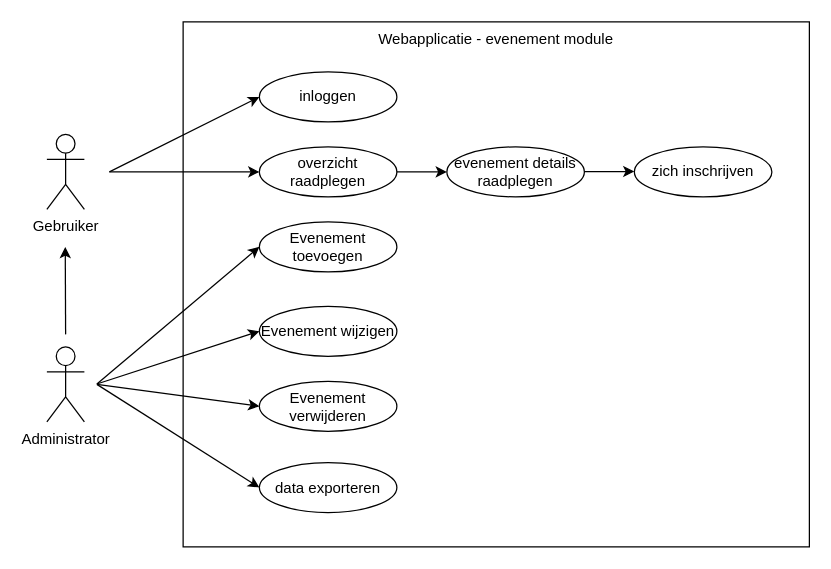
Earlier version of the draw.io diagram Analyse/usecase_evenement.drawio (DDaems/startspeler). Source tidied: cells renumbered, new cells numbered last; positions are measured from the earlier drawing's top-left corner, leaving out a move shared by most shapes. Both pictures are drawn from the tidied source at 125%, with x=0, y=0 at pixel (46, 21).
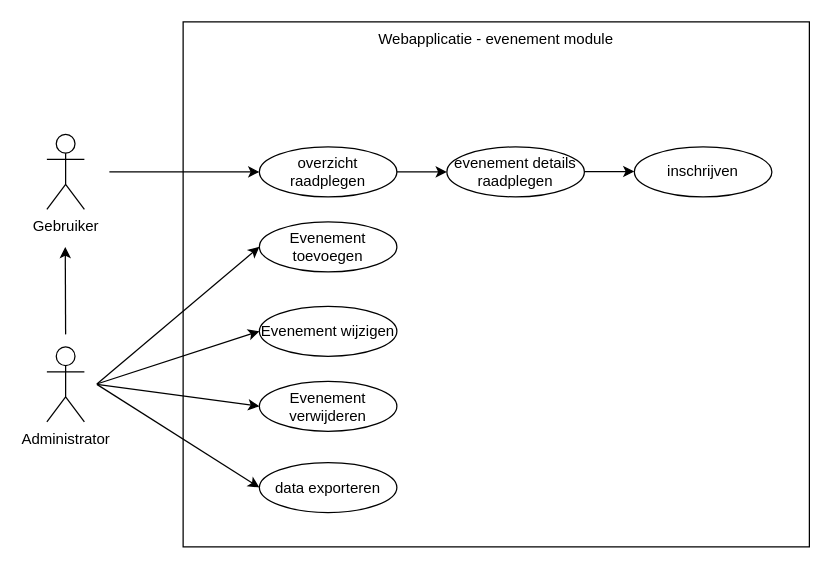
The same diagram, later.

Commit message (it also covers changes not shown here):
Update evenement module

use case beschrijvingen zijn voluit geschreven.
Aanpassing "inloggen" in het usecase diagram.

The edit, as a diff of the source:
```diff
@@
-    <mxCell id="8" value="zich inschrijven" style="ellipse;whiteSpace=wrap;html=1;" parent="1" vertex="1">
+    <mxCell id="8" value="inschrijven" style="ellipse;whiteSpace=wrap;html=1;" parent="1" vertex="1">
       <mxGeometry x="470" y="100" width="110" height="40" as="geometry" />
     </mxCell>
@@
-    <mxCell id="10" value="inloggen" style="ellipse;whiteSpace=wrap;html=1;" parent="1" vertex="1">
-      <mxGeometry x="170" y="40" width="110" height="40" as="geometry" />
-    </mxCell>
@@
-    <mxCell id="15" style="endArrow=classic;html=1;entryX=0;entryY=0.5;entryDx=0;entryDy=0;" parent="1" edge="1" target="10">
-      <mxGeometry relative="1" as="geometry">
-        <mxPoint x="50" y="120" as="sourcePoint" />
-      </mxGeometry>
-    </mxCell>
```
